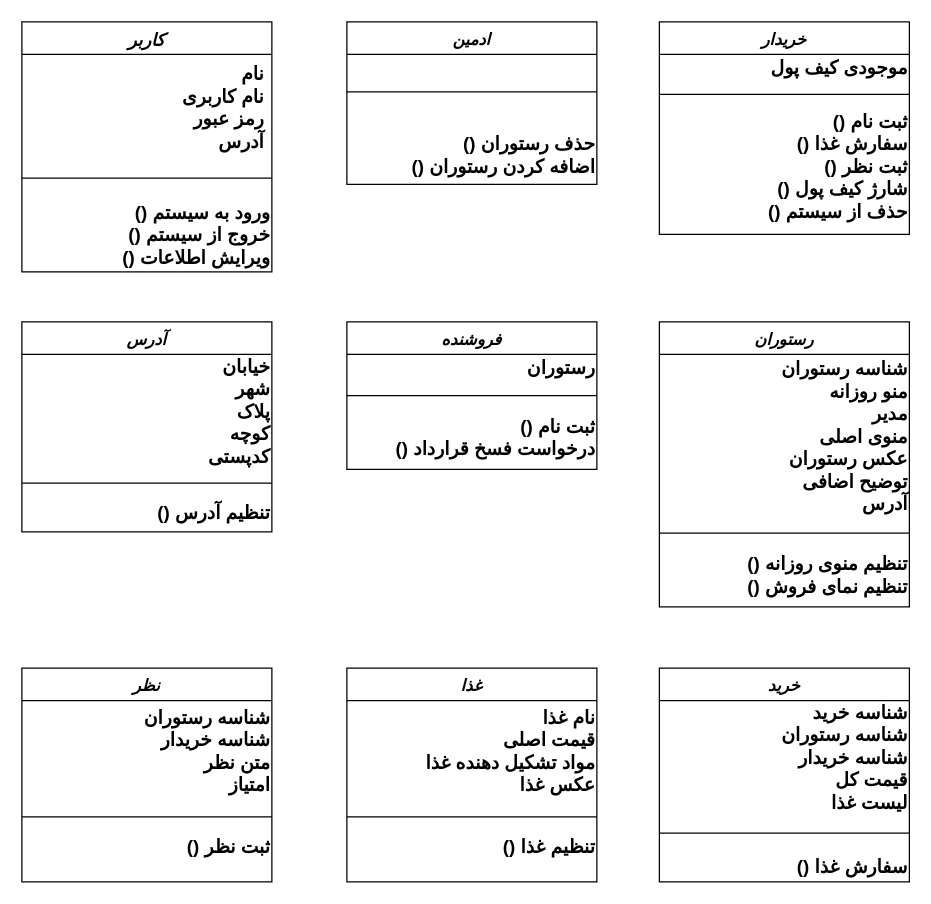
khoramian/TahDig_SoftwareEngineering keeps this draw.io diagram as class (details).drawio. Above is the earlier version. Source tidied: cells renumbered, new cells numbered last; positions are measured from the earlier drawing's top-left corner, leaving out a move shared by most shapes. Both pictures are drawn from the tidied source at 125%, with x=0, y=0 at pixel (21, 21).
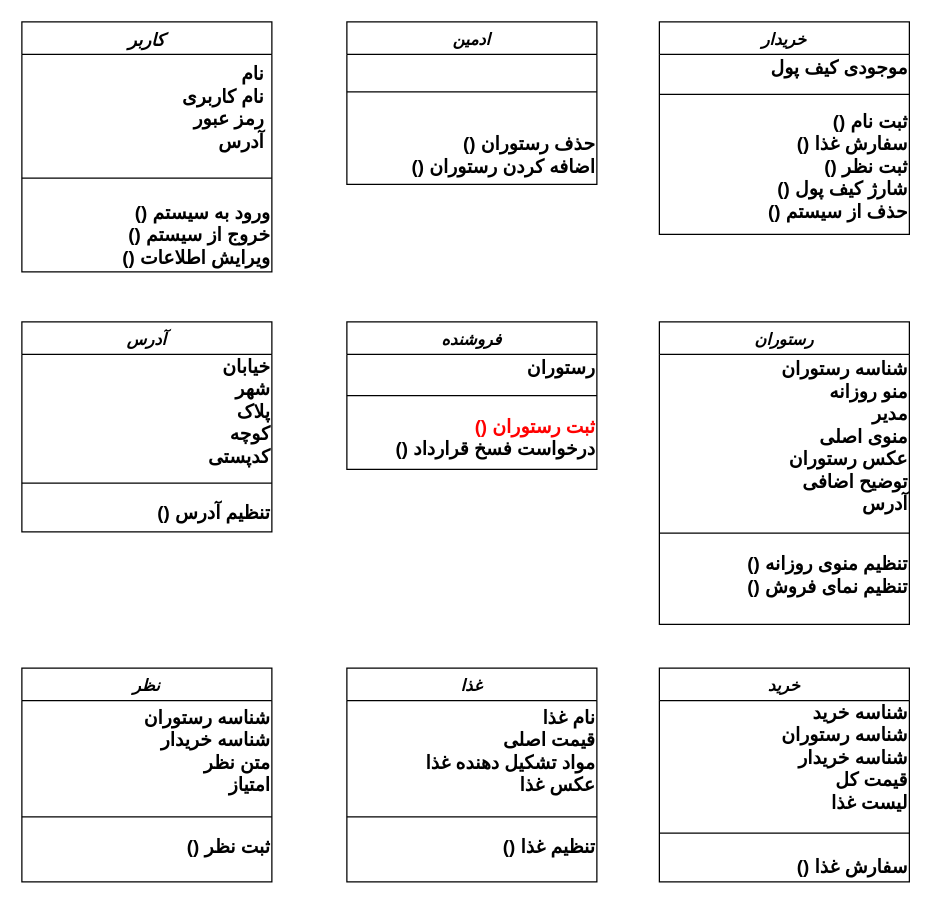
Above is the later version.

The change refers to these unchanged cells:
```xml
<mxCell id="13" value="فروشنده" style="swimlane;fontStyle=3;align=center;verticalAlign=top;horizontal=1;startSize=26;rounded=0;shadow=0;strokeWidth=1;fontSize=13;" parent="1" vertex="1">
  <mxGeometry x="260" y="240" width="200" height="118" as="geometry" />
</mxCell>
```

What changed in the source:
```diff
@@
-    <mxCell id="16" value="&lt;div&gt;&lt;b&gt;() ثبت نام &lt;br&gt;&lt;/b&gt;&lt;/div&gt;&lt;div&gt;&lt;b&gt;() درخواست فسخ قرارداد&lt;/b&gt;&lt;/div&gt;" style="text;html=1;align=right;verticalAlign=middle;fontSize=15;" parent="13" vertex="1">
+    <mxCell id="16" value="&lt;div&gt;&lt;b&gt;&lt;font color=&quot;#FF0000&quot;&gt;() ثبت رستوران&lt;/font&gt; &lt;br&gt;&lt;/b&gt;&lt;/div&gt;&lt;div&gt;&lt;b&gt;() درخواست فسخ قرارداد&lt;/b&gt;&lt;/div&gt;" style="text;html=1;align=right;verticalAlign=middle;fontSize=15;" parent="13" vertex="1">
       <mxGeometry y="72" width="200" height="40" as="geometry" />
     </mxCell>
     <mxCell id="17" value="رستوران" style="swimlane;fontStyle=3;align=center;verticalAlign=top;horizontal=1;startSize=26;rounded=0;shadow=0;strokeWidth=1;fontSize=13;" parent="1" vertex="1">
-      <mxGeometry x="510" y="240" width="200" height="228" as="geometry" />
+      <mxGeometry x="510" y="240" width="200" height="242" as="geometry" />
     </mxCell>
```
